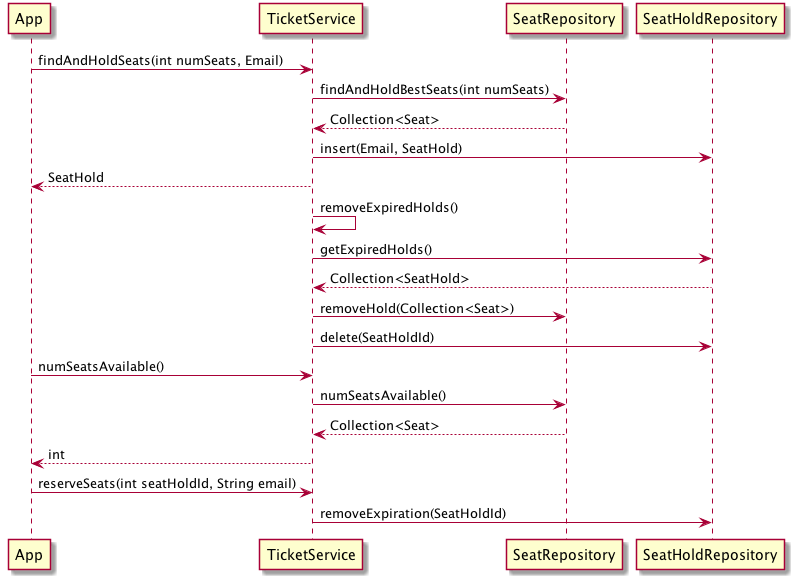
Earlier version of the PlantUML export seqeuence.png (jonb226/ticket-challenge).
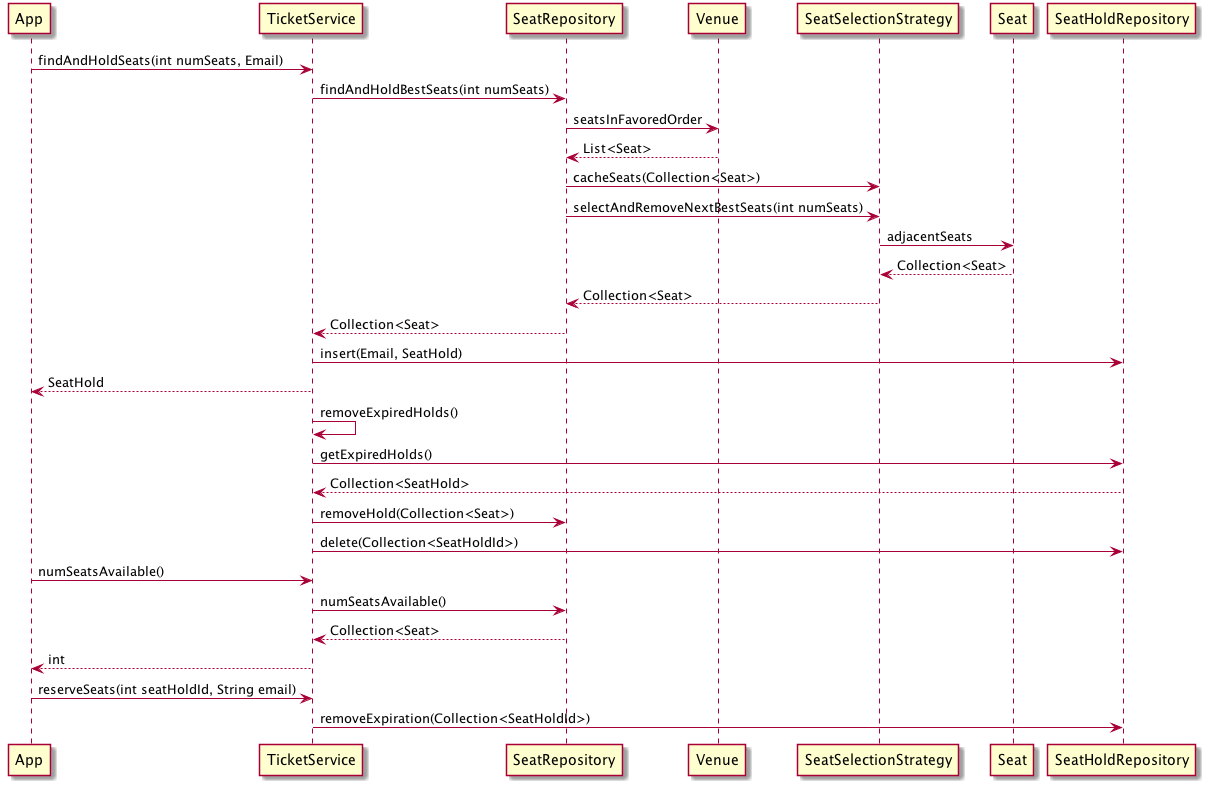
The same diagram one commit later.

Commit message:
seat repo

The edit, as a diff of the source:
```diff
@@ -1,6 +1,13 @@
 @startuml
 App -> TicketService: findAndHoldSeats(int numSeats, Email)
 TicketService -> SeatRepository: findAndHoldBestSeats(int numSeats)
+SeatRepository -> Venue: seatsInFavoredOrder
+Venue --> SeatRepository: List<Seat>
+SeatRepository -> SeatSelectionStrategy: cacheSeats(Collection<Seat>)
+SeatRepository -> SeatSelectionStrategy: selectAndRemoveNextBestSeats(int numSeats)
+SeatSelectionStrategy -> Seat: adjacentSeats
+Seat --> SeatSelectionStrategy: Collection<Seat>
+SeatSelectionStrategy --> SeatRepository: Collection<Seat>
 SeatRepository --> TicketService: Collection<Seat>
 TicketService -> SeatHoldRepository: insert(Email, SeatHold)
 TicketService --> App: SeatHold
@@ -8,11 +15,11 @@
 TicketService -> SeatHoldRepository: getExpiredHolds()
 SeatHoldRepository --> TicketService: Collection<SeatHold>
 TicketService -> SeatRepository: removeHold(Collection<Seat>)
-TicketService -> SeatHoldRepository: delete(SeatHoldId)
+TicketService -> SeatHoldRepository: delete(Collection<SeatHoldId>)
 App -> TicketService: numSeatsAvailable()
 TicketService -> SeatRepository: numSeatsAvailable()
 SeatRepository --> TicketService: Collection<Seat>
 TicketService --> App: int
 App -> TicketService: reserveSeats(int seatHoldId, String email)
-TicketService -> SeatHoldRepository: removeExpiration(SeatHoldId)
+TicketService -> SeatHoldRepository: removeExpiration(Collection<SeatHoldId>)
 @enduml
```
